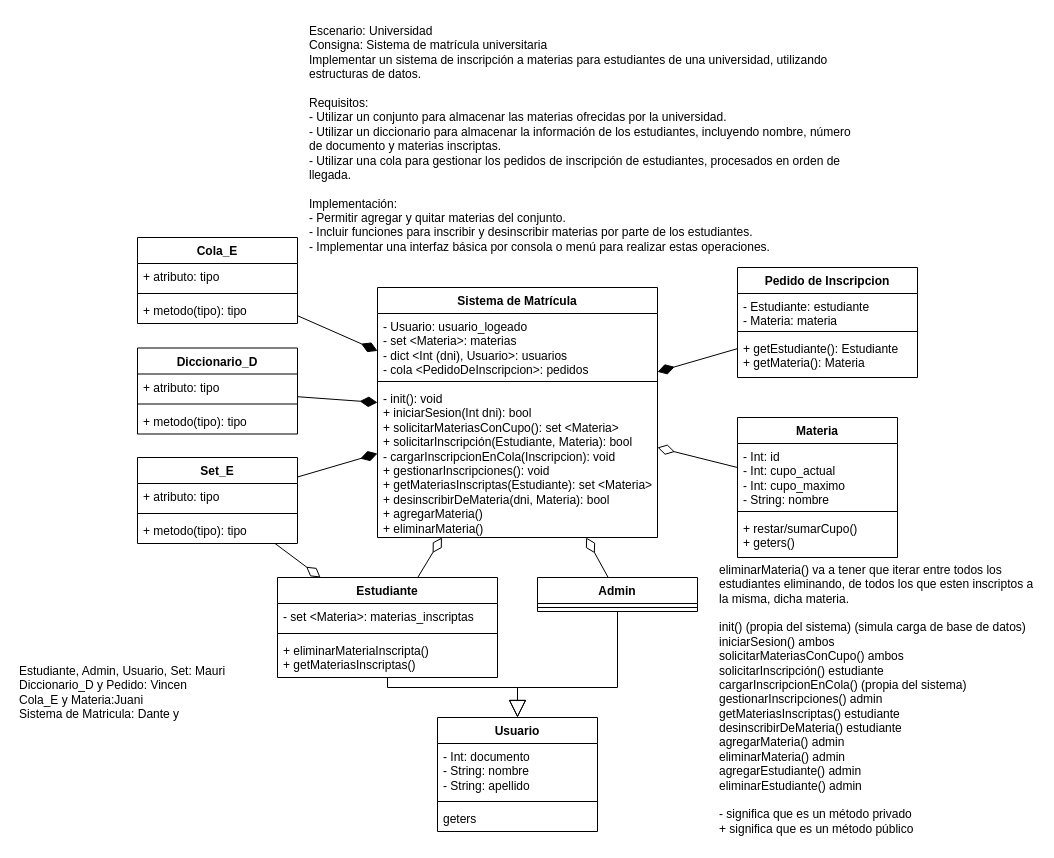
Before: Diagrama.drawio in sinesiuade/UADE-Programacion-2-Proyecto, a draw.io diagram. Source tidied: cells renumbered, new cells numbered last; positions are measured from the earlier drawing's top-left corner, leaving out a move shared by most shapes. Both pictures are drawn from the tidied source at 100%, with x=0, y=0 at pixel (17, 17).
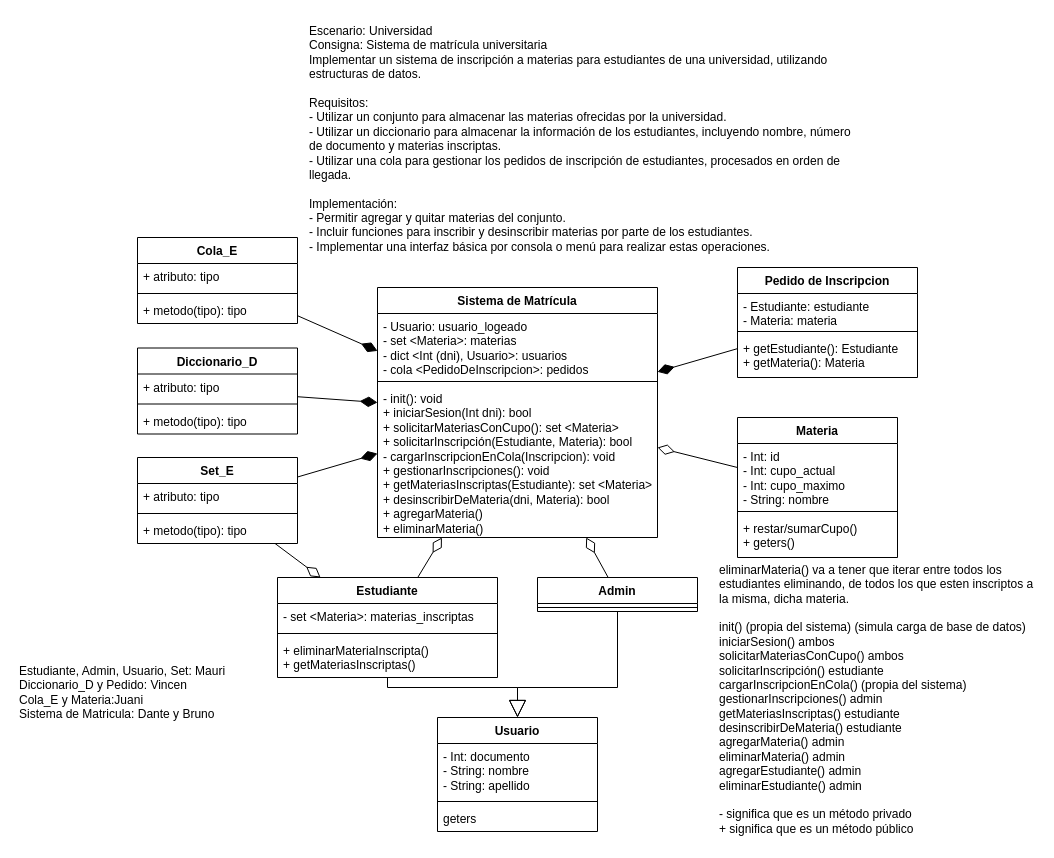
After the change.

Diff of the diagram source:
```diff
@@
-    <mxCell id="48" value="Estudiante, Admin, Usuario, Set: Mauri&lt;br&gt;Diccionario_D y Pedido: Vincen&lt;br&gt;Cola_E y Materia:Juani&lt;br&gt;Sistema de Matricula: Dante y&amp;nbsp;" style="text;html=1;strokeColor=none;fillColor=none;align=left;verticalAlign=middle;whiteSpace=wrap;rounded=0;" parent="1" vertex="1">
+    <mxCell id="48" value="Estudiante, Admin, Usuario, Set: Mauri&lt;br&gt;Diccionario_D y Pedido: Vincen&lt;br&gt;Cola_E y Materia:Juani&lt;br&gt;Sistema de Matricula: Dante y Bruno" style="text;html=1;strokeColor=none;fillColor=none;align=left;verticalAlign=middle;whiteSpace=wrap;rounded=0;" parent="1" vertex="1">
       <mxGeometry y="600" width="230" height="150" as="geometry" />
     </mxCell>
```
